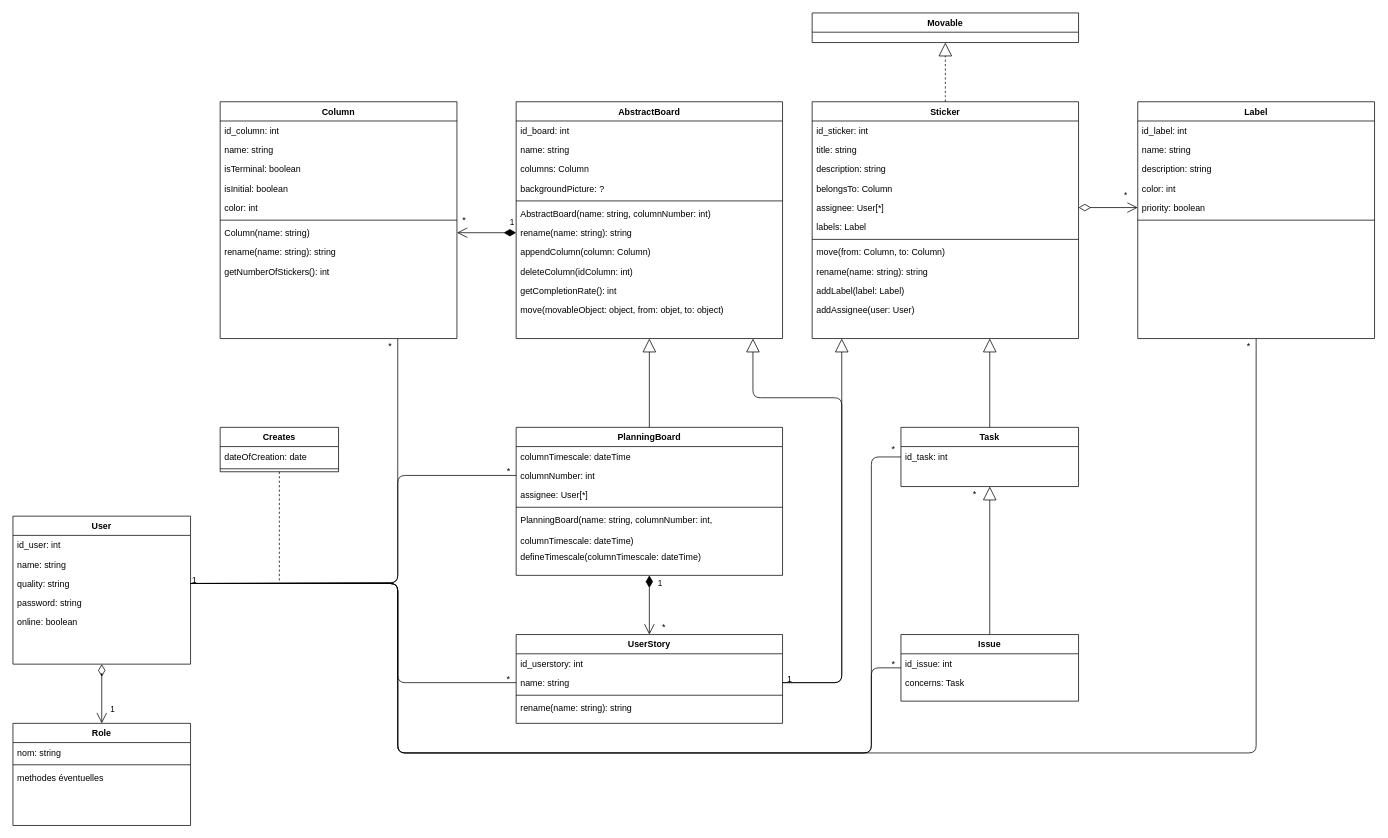
This is Diagrams/Class Diagram.drawio from RedaPengam/Boardy, a draw.io file, before an edit. Source tidied: cells renumbered, new cells numbered last; positions are measured from the earlier drawing's top-left corner, leaving out a move shared by most shapes. Both pictures are drawn from the tidied source at 74%, with x=0, y=0 at pixel (13, 13).
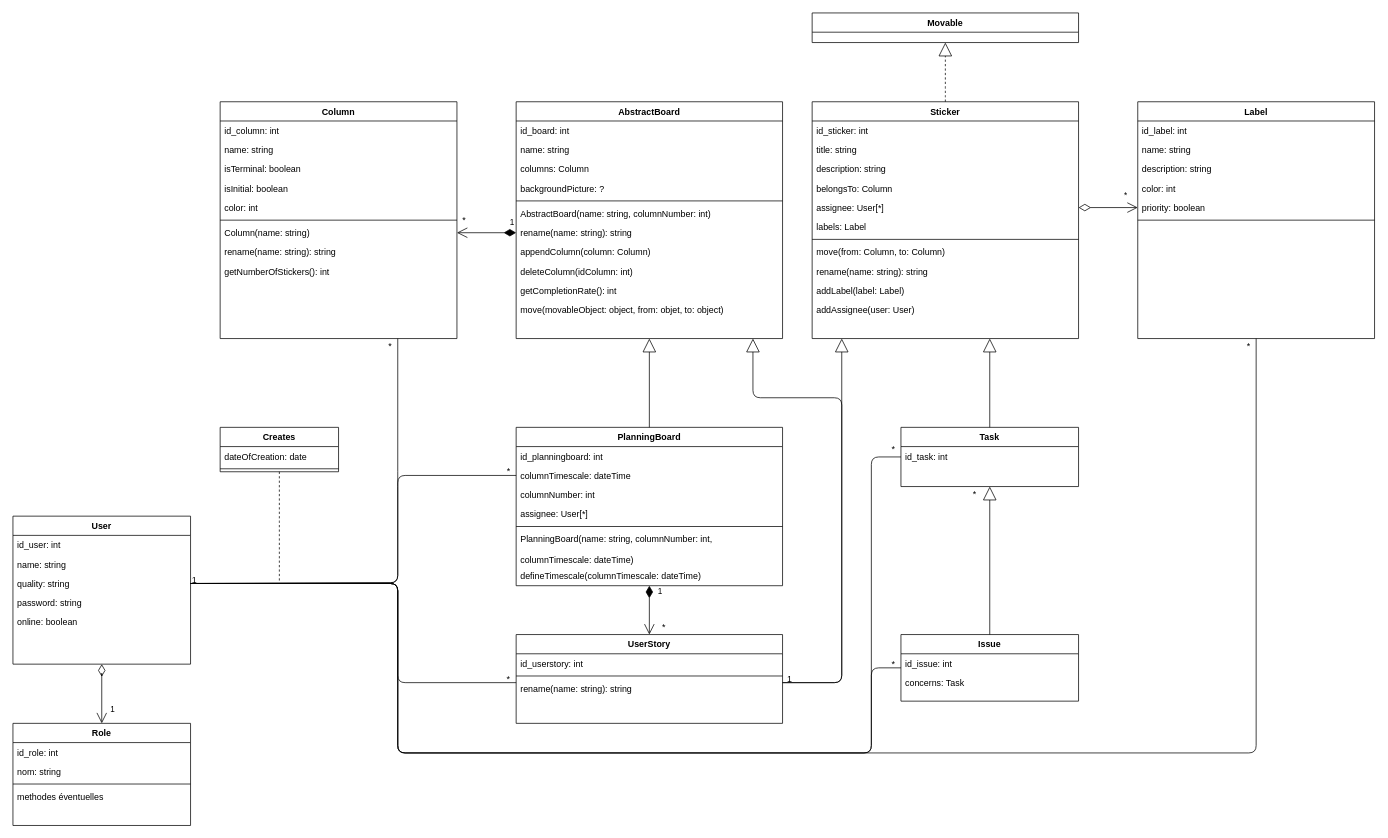
The same page after the edit.

The change refers to these unchanged cells:
```xml
<mxCell id="5" value="quality: string" style="text;align=left;verticalAlign=top;spacingLeft=4;spacingRight=4;overflow=hidden;points=[[0,0.5],[1,0.5]];portConstraint=eastwest;rounded=0;shadow=0;html=0;" parent="2" vertex="1">
  <mxGeometry y="78" width="240" height="26" as="geometry" />
</mxCell>
<mxCell id="27" value="UserStory" style="swimlane;fontStyle=1;align=center;verticalAlign=top;horizontal=1;startSize=26;rounded=0;shadow=0;strokeWidth=1;" parent="1" vertex="1">
  <mxGeometry x="680" y="840" width="360" height="120" as="geometry" />
</mxCell>
<mxCell id="58" value="Role" style="swimlane;fontStyle=1;align=center;verticalAlign=top;horizontal=1;startSize=26;rounded=0;shadow=0;strokeWidth=1;" parent="1" vertex="1">
  <mxGeometry y="960" width="240" height="138" as="geometry" />
</mxCell>
```

Diff of the diagram source:
```diff
@@
     <mxCell id="20" value="PlanningBoard" style="swimlane;fontStyle=1;align=center;verticalAlign=top;horizontal=1;startSize=26;rounded=0;shadow=0;strokeWidth=1;" parent="1" vertex="1">
-      <mxGeometry x="680" y="560" width="360" height="200" as="geometry" />
+      <mxGeometry x="680" y="560" width="360" height="214" as="geometry" />
     </mxCell>
+    <mxCell id="102" value="id_planningboard: int" style="text;align=left;verticalAlign=top;spacingLeft=4;spacingRight=4;overflow=hidden;rounded=0;shadow=0;html=0;" parent="20" vertex="1">
+      <mxGeometry y="26" width="360" height="26" as="geometry" />
+    </mxCell>
     <mxCell id="21" value="columnTimescale: dateTime" style="text;align=left;verticalAlign=top;spacingLeft=4;spacingRight=4;overflow=hidden;points=[[0,0.5],[1,0.5]];portConstraint=eastwest;rounded=0;shadow=0;html=0;" parent="20" vertex="1">
-      <mxGeometry y="26" width="360" height="26" as="geometry" />
+      <mxGeometry y="52" width="360" height="26" as="geometry" />
     </mxCell>
     <mxCell id="22" value="columnNumber: int" style="text;align=left;verticalAlign=top;spacingLeft=4;spacingRight=4;overflow=hidden;points=[[0,0.5],[1,0.5]];portConstraint=eastwest;rounded=0;shadow=0;html=0;" parent="20" vertex="1">
-      <mxGeometry y="52" width="360" height="26" as="geometry" />
+      <mxGeometry y="78" width="360" height="26" as="geometry" />
     </mxCell>
     <mxCell id="23" value="assignee: User[*]" style="text;align=left;verticalAlign=top;spacingLeft=4;spacingRight=4;overflow=hidden;rounded=0;shadow=0;html=0;" parent="20" vertex="1">
-      <mxGeometry y="78" width="360" height="26" as="geometry" />
+      <mxGeometry y="104" width="360" height="26" as="geometry" />
     </mxCell>
     <mxCell id="24" style="line;html=1;strokeWidth=1;align=left;verticalAlign=middle;spacingTop=-1;spacingLeft=3;spacingRight=3;labelPosition=right;" parent="20" vertex="1">
-      <mxGeometry y="104" width="360" height="8" as="geometry" />
+      <mxGeometry y="130" width="360" height="8" as="geometry" />
     </mxCell>
     <mxCell id="25" value="PlanningBoard(name: string, columnNumber: int, &#10;&#10;columnTimescale: dateTime)" style="text;align=left;verticalAlign=top;spacingLeft=4;spacingRight=4;overflow=hidden;" parent="20" vertex="1">
-      <mxGeometry y="112" width="360" height="50" as="geometry" />
+      <mxGeometry y="138" width="360" height="50" as="geometry" />
     </mxCell>
     <mxCell id="26" value="defineTimescale(columnTimescale: dateTime)" style="text;align=left;verticalAlign=top;spacingLeft=4;spacingRight=4;overflow=hidden;" parent="20" vertex="1">
-      <mxGeometry y="162" width="360" height="26" as="geometry" />
+      <mxGeometry y="188" width="360" height="26" as="geometry" />
     </mxCell>
@@
-    <mxCell id="29" value="name: string" style="text;align=left;verticalAlign=top;spacingLeft=4;spacingRight=4;overflow=hidden;points=[[0,0.5],[1,0.5]];portConstraint=eastwest;rounded=0;shadow=0;html=0;" parent="27" vertex="1">
-      <mxGeometry y="52" width="360" height="26" as="geometry" />
-    </mxCell>
     <mxCell id="30" style="line;html=1;strokeWidth=1;align=left;verticalAlign=middle;spacingTop=-1;spacingLeft=3;spacingRight=3;labelPosition=right;" parent="27" vertex="1">
-      <mxGeometry y="78" width="360" height="8" as="geometry" />
+      <mxGeometry y="52" width="360" height="8" as="geometry" />
     </mxCell>
     <mxCell id="31" value="rename(name: string): string" style="text;align=left;verticalAlign=top;spacingLeft=4;spacingRight=4;overflow=hidden;" parent="27" vertex="1">
-      <mxGeometry y="86" width="360" height="26" as="geometry" />
+      <mxGeometry y="60" width="360" height="26" as="geometry" />
     </mxCell>
@@
-    <mxCell id="55" style="endArrow=none;shadow=0;strokeWidth=1;endFill=0;edgeStyle=orthogonalEdgeStyle;elbow=vertical;entryX=0;entryY=0.5;entryDx=0;entryDy=0;exitX=1;exitY=0.5;exitDx=0;exitDy=0;" parent="1" edge="1" source="5" target="29">
+    <mxCell id="55" style="endArrow=none;shadow=0;strokeWidth=1;endFill=0;edgeStyle=orthogonalEdgeStyle;elbow=vertical;entryX=0;entryY=0.5;entryDx=0;entryDy=0;exitX=1;exitY=0.5;exitDx=0;exitDy=0;" parent="1" edge="1" source="5">
       <mxGeometry x="0.5" y="41" relative="1" as="geometry">
+        <mxPoint x="680" y="905" as="targetPoint" />
         <Array as="points">
           <mxPoint x="520" y="771" />
           <mxPoint x="520" y="905" />
         </Array>
         <mxPoint x="-40" y="32" as="offset" />
       </mxGeometry>
     </mxCell>
@@
+    <mxCell id="103" value="id_role: int" style="text;align=left;verticalAlign=top;spacingLeft=4;spacingRight=4;overflow=hidden;rounded=0;shadow=0;html=0;" parent="58" vertex="1">
+      <mxGeometry y="26" width="240" height="26" as="geometry" />
+    </mxCell>
     <mxCell id="59" value="nom: string" style="text;align=left;verticalAlign=top;spacingLeft=4;spacingRight=4;overflow=hidden;rounded=0;shadow=0;html=0;" parent="58" vertex="1">
-      <mxGeometry y="26" width="240" height="26" as="geometry" />
+      <mxGeometry y="52" width="240" height="26" as="geometry" />
     </mxCell>
     <mxCell id="60" style="line;html=1;strokeWidth=1;align=left;verticalAlign=middle;spacingTop=-1;spacingLeft=3;spacingRight=3;labelPosition=right;" parent="58" vertex="1">
-      <mxGeometry y="52" width="240" height="8" as="geometry" />
+      <mxGeometry y="78" width="240" height="8" as="geometry" />
     </mxCell>
     <mxCell id="61" value="methodes éventuelles" style="text;align=left;verticalAlign=top;spacingLeft=4;spacingRight=4;overflow=hidden;rounded=0;shadow=0;html=0;" parent="58" vertex="1">
-      <mxGeometry y="60" width="240" height="26" as="geometry" />
+      <mxGeometry y="86" width="240" height="26" as="geometry" />
     </mxCell>
@@
-    <mxCell id="79" value="&lt;div&gt;&lt;br&gt;&lt;/div&gt;" style="endArrow=block;endSize=16;endFill=0;html=1;exitX=1;exitY=0.5;exitDx=0;exitDy=0;" parent="1" edge="1" source="29">
+    <mxCell id="79" value="&lt;div&gt;&lt;br&gt;&lt;/div&gt;" style="endArrow=block;endSize=16;endFill=0;html=1;exitX=1;exitY=0.5;exitDx=0;exitDy=0;" parent="1" edge="1">
       <mxGeometry x="0.84" y="10" relative="1" as="geometry">
+        <mxPoint x="1040" y="905" as="sourcePoint" />
         <mxPoint x="1000" y="440" as="targetPoint" />
         <Array as="points">
           <mxPoint x="1120" y="905" />
           <mxPoint x="1120" y="520" />
           <mxPoint x="1000" y="520" />
         </Array>
       </mxGeometry>
     </mxCell>
-    <mxCell id="80" value="&lt;div&gt;&lt;br&gt;&lt;/div&gt;" style="endArrow=block;endSize=16;endFill=0;html=1;exitX=1;exitY=0.5;exitDx=0;exitDy=0;" parent="1" edge="1" source="29">
+    <mxCell id="80" value="&lt;div&gt;&lt;br&gt;&lt;/div&gt;" style="endArrow=block;endSize=16;endFill=0;html=1;exitX=1;exitY=0.5;exitDx=0;exitDy=0;" parent="1" edge="1">
       <mxGeometry x="0.15" y="20" relative="1" as="geometry">
+        <mxPoint x="1040" y="905" as="sourcePoint" />
         <mxPoint x="1120" y="440" as="targetPoint" />
         <Array as="points">
           <mxPoint x="1120" y="905" />
         </Array>
       </mxGeometry>
     </mxCell>
@@
-    <mxCell id="90" style="endArrow=none;html=1;entryX=0;entryY=0.5;entryDx=0;entryDy=0;exitX=1;exitY=0.5;exitDx=0;exitDy=0;" parent="1" edge="1" source="5" target="22">
+    <mxCell id="90" style="endArrow=none;html=1;exitX=1;exitY=0.5;exitDx=0;exitDy=0;entryX=0;entryY=0.5;entryDx=0;entryDy=0;" parent="1" edge="1" source="5" target="21">
       <mxGeometry relative="1" as="geometry">
         <Array as="points">
           <mxPoint x="520" y="770" />
           <mxPoint x="520" y="625" />
         </Array>
       </mxGeometry>
     </mxCell>
```
